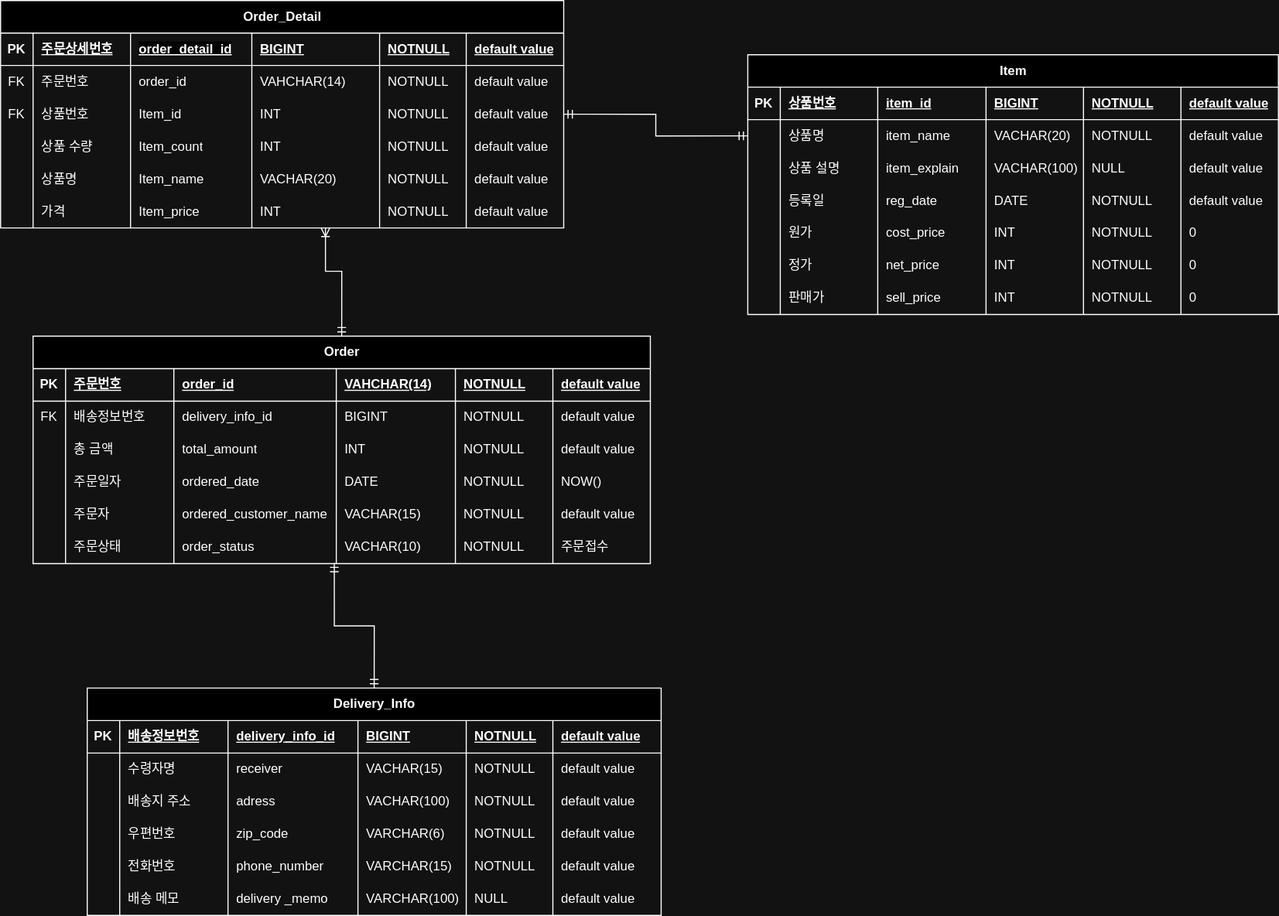
Before: document/order-mgr-domain.svg, a diagram exported from draw.io (JeongHyeon-Yoon/order-mgr-project). Source tidied: cells renumbered, new cells last; positions are measured from the earlier drawing's top-left corner, leaving out a move shared by most shapes.
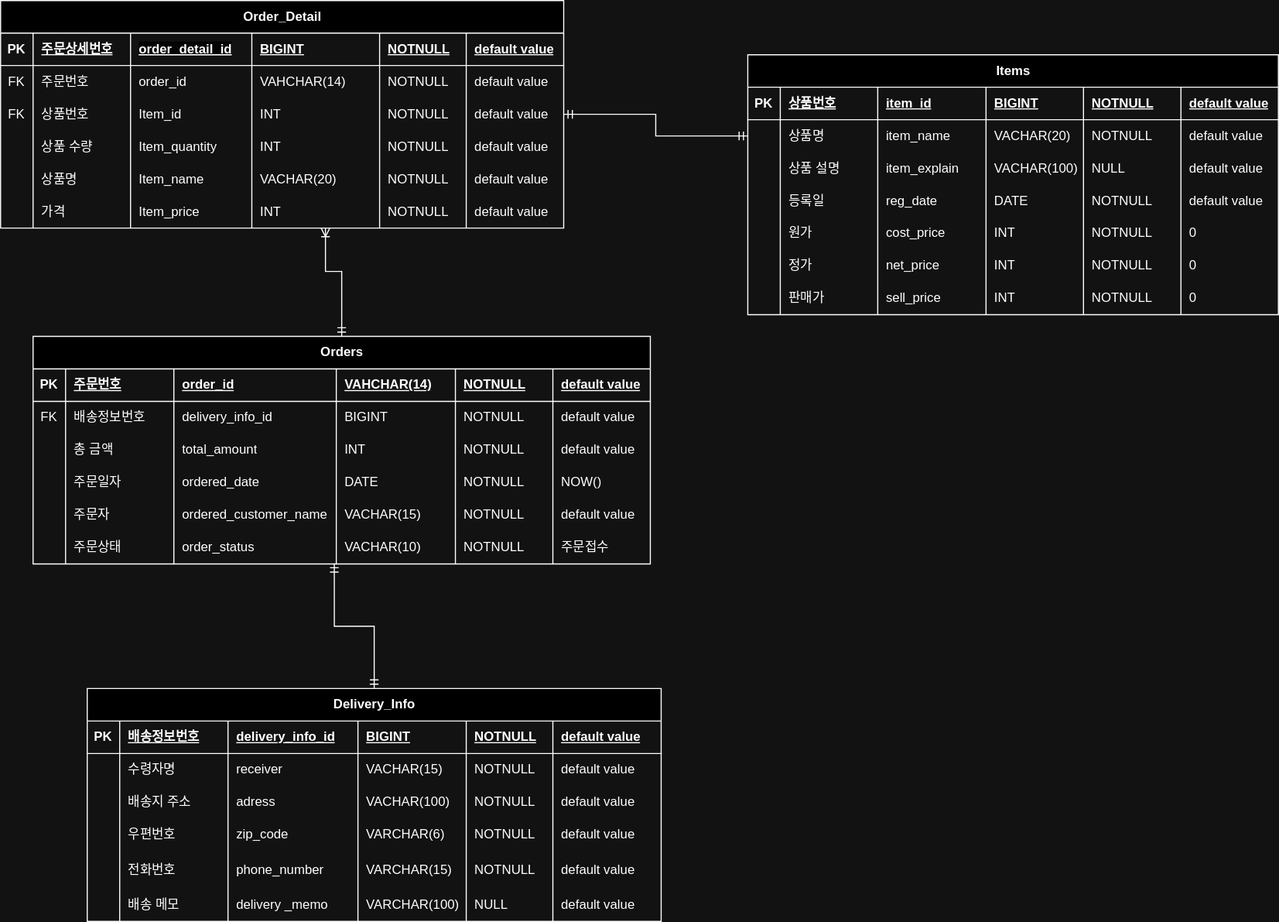
Above is the later version.

Diff of the diagram source:
```diff
@@ -2,7 +2,7 @@
   <root>
     <mxCell id="0" />
     <mxCell id="1" parent="0" />
-    <mxCell id="2" value="Order" style="shape=table;startSize=30;rowLines=0;fontStyle=1;align=center;html=1;" parent="1" vertex="1">
+    <mxCell id="2" value="Orders" style="shape=table;startSize=30;rowLines=0;fontStyle=1;align=center;html=1;" parent="1" vertex="1">
       <mxGeometry x="30" y="310" width="570" height="210" as="geometry" />
     </mxCell>
     <mxCell id="3" style="shape=tableRow;horizontal=0;startSize=0;swimlaneHead=0;swimlaneBody=0;fillColor=none;top=0;left=0;right=0;bottom=1;" parent="2" vertex="1">
@@ -206,7 +206,7 @@
     <mxCell id="69" value="상품 수량" style="shape=partialRectangle;fillColor=none;top=0;left=0;bottom=0;right=0;align=left;spacingLeft=6;overflow=hidden;whiteSpace=wrap;html=1;" parent="67" vertex="1">
       <mxGeometry x="30" width="90" height="30" as="geometry" />
     </mxCell>
-    <mxCell id="70" value="Item_count" style="shape=partialRectangle;fillColor=none;top=0;left=0;bottom=0;right=0;align=left;spacingLeft=6;overflow=hidden;whiteSpace=wrap;html=1;" parent="67" vertex="1">
+    <mxCell id="70" value="Item_quantity" style="shape=partialRectangle;fillColor=none;top=0;left=0;bottom=0;right=0;align=left;spacingLeft=6;overflow=hidden;whiteSpace=wrap;html=1;" parent="67" vertex="1">
       <mxGeometry x="120" width="112" height="30" as="geometry" />
     </mxCell>
     <mxCell id="71" value="INT" style="shape=partialRectangle;fillColor=none;top=0;left=0;bottom=0;right=0;align=left;spacingLeft=6;overflow=hidden;whiteSpace=wrap;html=1;" parent="67" vertex="1">
@@ -260,7 +260,7 @@
     <mxCell id="87" value="default value" style="shape=partialRectangle;fillColor=none;top=0;left=0;bottom=0;right=0;align=left;spacingLeft=6;overflow=hidden;whiteSpace=wrap;html=1;" parent="81" vertex="1">
       <mxGeometry x="430" width="90" height="30" as="geometry" />
     </mxCell>
-    <mxCell id="88" value="Item" style="shape=table;startSize=30;rowLines=0;fontStyle=1;align=center;html=1;" parent="1" vertex="1">
+    <mxCell id="88" value="Items" style="shape=table;startSize=30;rowLines=0;fontStyle=1;align=center;html=1;" parent="1" vertex="1">
       <mxGeometry x="690" y="50" width="490" height="240" as="geometry" />
     </mxCell>
     <mxCell id="89" style="shape=tableRow;horizontal=0;startSize=0;swimlaneHead=0;swimlaneBody=0;fillColor=none;top=0;left=0;right=0;bottom=1;" parent="88" vertex="1">
@@ -411,7 +411,7 @@
       <mxGeometry x="400" width="90" height="30" as="geometry" />
     </mxCell>
     <mxCell id="138" value="Delivery_Info" style="shape=table;startSize=30;rowLines=0;fontStyle=1;align=center;html=1;" parent="1" vertex="1">
-      <mxGeometry x="80" y="635" width="530" height="210" as="geometry" />
+      <mxGeometry x="80" y="635" width="530" height="215" as="geometry" />
     </mxCell>
     <mxCell id="139" style="shape=tableRow;horizontal=0;startSize=0;swimlaneHead=0;swimlaneBody=0;fillColor=none;top=0;left=0;right=0;bottom=1;" parent="138" vertex="1">
       <mxGeometry y="30" width="530" height="30" as="geometry" />
@@ -498,28 +498,28 @@
       <mxGeometry x="430" width="100" height="30" as="geometry" />
     </mxCell>
     <mxCell id="167" style="shape=tableRow;horizontal=0;startSize=0;swimlaneHead=0;swimlaneBody=0;fillColor=none;top=0;left=0;right=0;bottom=0;" parent="138" vertex="1">
-      <mxGeometry y="150" width="530" height="30" as="geometry" />
+      <mxGeometry y="150" width="530" height="35" as="geometry" />
     </mxCell>
     <mxCell id="168" style="shape=partialRectangle;fillColor=none;top=0;left=0;bottom=0;right=0;overflow=hidden;whiteSpace=wrap;html=1;" parent="167" vertex="1">
-      <mxGeometry width="30" height="30" as="geometry" />
+      <mxGeometry width="30" height="35" as="geometry" />
     </mxCell>
     <mxCell id="169" value="전화번호" style="shape=partialRectangle;fillColor=none;top=0;left=0;bottom=0;right=0;align=left;spacingLeft=6;overflow=hidden;whiteSpace=wrap;html=1;" parent="167" vertex="1">
-      <mxGeometry x="30" width="100" height="30" as="geometry" />
+      <mxGeometry x="30" width="100" height="35" as="geometry" />
     </mxCell>
     <mxCell id="170" value="phone_number" style="shape=partialRectangle;fillColor=none;top=0;left=0;bottom=0;right=0;align=left;spacingLeft=6;overflow=hidden;whiteSpace=wrap;html=1;" parent="167" vertex="1">
-      <mxGeometry x="130" width="120" height="30" as="geometry" />
+      <mxGeometry x="130" width="120" height="35" as="geometry" />
     </mxCell>
     <mxCell id="171" value="VARCHAR(15)" style="shape=partialRectangle;fillColor=none;top=0;left=0;bottom=0;right=0;align=left;spacingLeft=6;overflow=hidden;whiteSpace=wrap;html=1;" parent="167" vertex="1">
-      <mxGeometry x="250" width="100" height="30" as="geometry" />
+      <mxGeometry x="250" width="100" height="35" as="geometry" />
     </mxCell>
     <mxCell id="172" value="NOTNULL" style="shape=partialRectangle;fillColor=none;top=0;left=0;bottom=0;right=0;align=left;spacingLeft=6;overflow=hidden;whiteSpace=wrap;html=1;" parent="167" vertex="1">
-      <mxGeometry x="350" width="80" height="30" as="geometry" />
+      <mxGeometry x="350" width="80" height="35" as="geometry" />
     </mxCell>
     <mxCell id="173" value="default value" style="shape=partialRectangle;fillColor=none;top=0;left=0;bottom=0;right=0;align=left;spacingLeft=6;overflow=hidden;whiteSpace=wrap;html=1;" parent="167" vertex="1">
-      <mxGeometry x="430" width="100" height="30" as="geometry" />
+      <mxGeometry x="430" width="100" height="35" as="geometry" />
     </mxCell>
     <mxCell id="174" style="shape=tableRow;horizontal=0;startSize=0;swimlaneHead=0;swimlaneBody=0;fillColor=none;top=0;left=0;right=0;bottom=0;" parent="138" vertex="1">
-      <mxGeometry y="180" width="530" height="30" as="geometry" />
+      <mxGeometry y="185" width="530" height="30" as="geometry" />
     </mxCell>
     <mxCell id="175" style="shape=partialRectangle;fillColor=none;top=0;left=0;bottom=0;right=0;overflow=hidden;whiteSpace=wrap;html=1;" parent="174" vertex="1">
       <mxGeometry width="30" height="30" as="geometry" />
```
